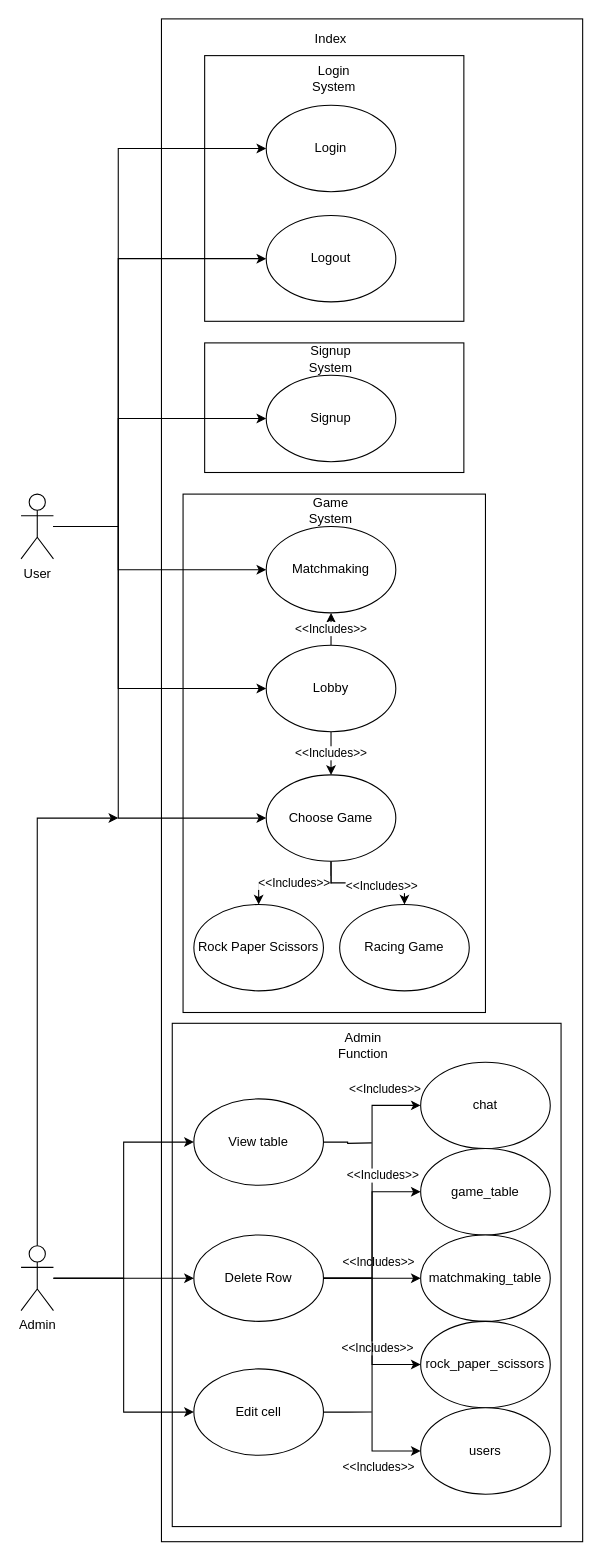
Earlier version of the draw.io diagram WebAppDes.drawio (Web-App-Dev-Assignment/Web-Application-Development-Assignment). Source tidied: cells renumbered, new cells numbered last; positions are measured from the earlier drawing's top-left corner, leaving out a move shared by most shapes. Both pictures are drawn from the tidied source at 108%, with x=0, y=0 at pixel (21, 18).
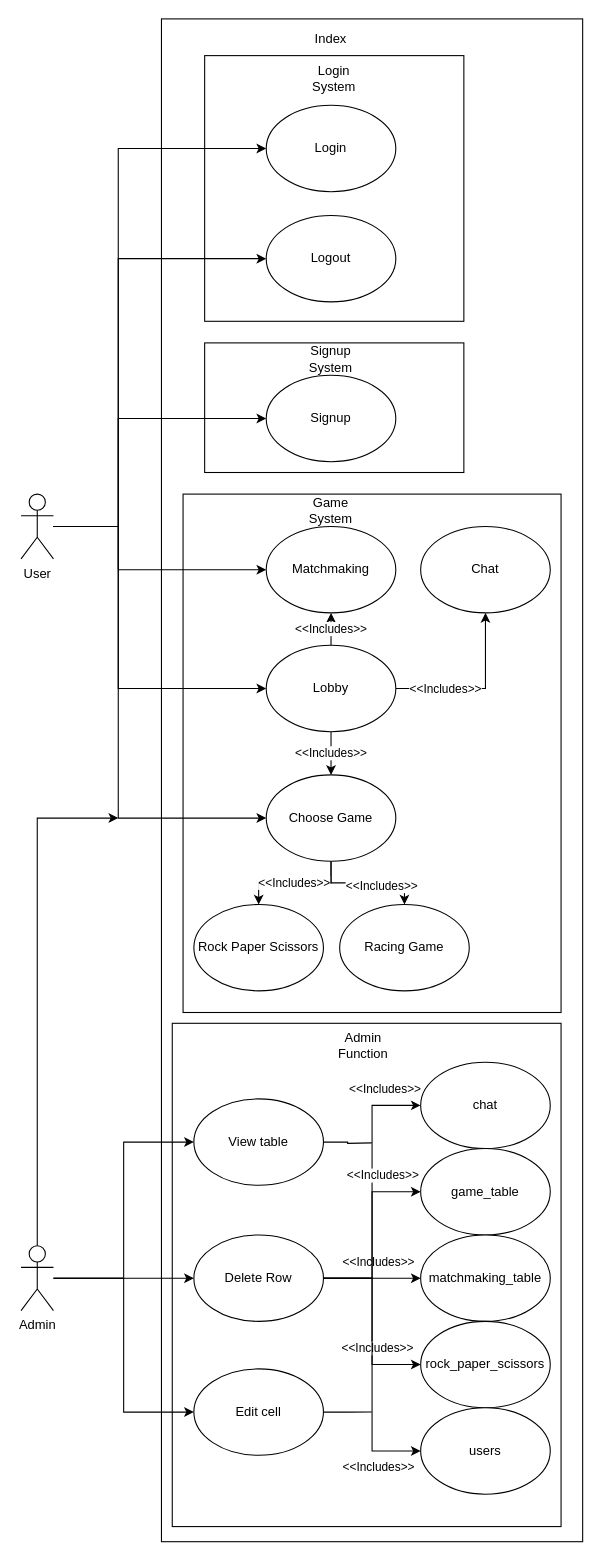
The same diagram, later.

Commit message (it also covers changes not shown here):
Sequence Diagram, Entity Relation Diagram, Data Flow Diagram, Use Case Diagram

Unchanged cells that the change refers to:
```xml
<mxCell id="15" value="Lobby" style="ellipse;whiteSpace=wrap;html=1;" parent="1" vertex="1">
  <mxGeometry x="227" y="580" width="120" height="80" as="geometry" />
</mxCell>
```

What changed in the source:
```diff
@@
     <mxCell id="11" style="rounded=0;whiteSpace=wrap;html=1;" parent="1" vertex="1">
-      <mxGeometry x="150" y="440" width="280" height="480" as="geometry" />
+      <mxGeometry x="150" y="440" width="350" height="480" as="geometry" />
     </mxCell>
@@
+    <mxCell id="57" style="edgeStyle=orthogonalEdgeStyle;rounded=0;jettySize=auto;html=1;entryX=0.5;entryY=1;entryDx=0;entryDy=0;startArrow=none;startFill=0;endArrow=classic;endFill=1;" parent="1" edge="1" source="15" target="59">
+      <mxGeometry relative="1" as="geometry" />
+    </mxCell>
+    <mxCell id="58" value="&amp;lt;&amp;lt;Includes&amp;gt;&amp;gt;" style="edgeLabel;html=1;align=center;verticalAlign=middle;" parent="57" vertex="1">
+      <mxGeometry x="-0.48" relative="1" as="geometry">
+        <mxPoint x="5" as="offset" />
+      </mxGeometry>
+    </mxCell>
@@
+    <mxCell id="59" value="Chat" style="ellipse;whiteSpace=wrap;html=1;" parent="1" vertex="1">
+      <mxGeometry x="370" y="470" width="120" height="80" as="geometry" />
+    </mxCell>
```
